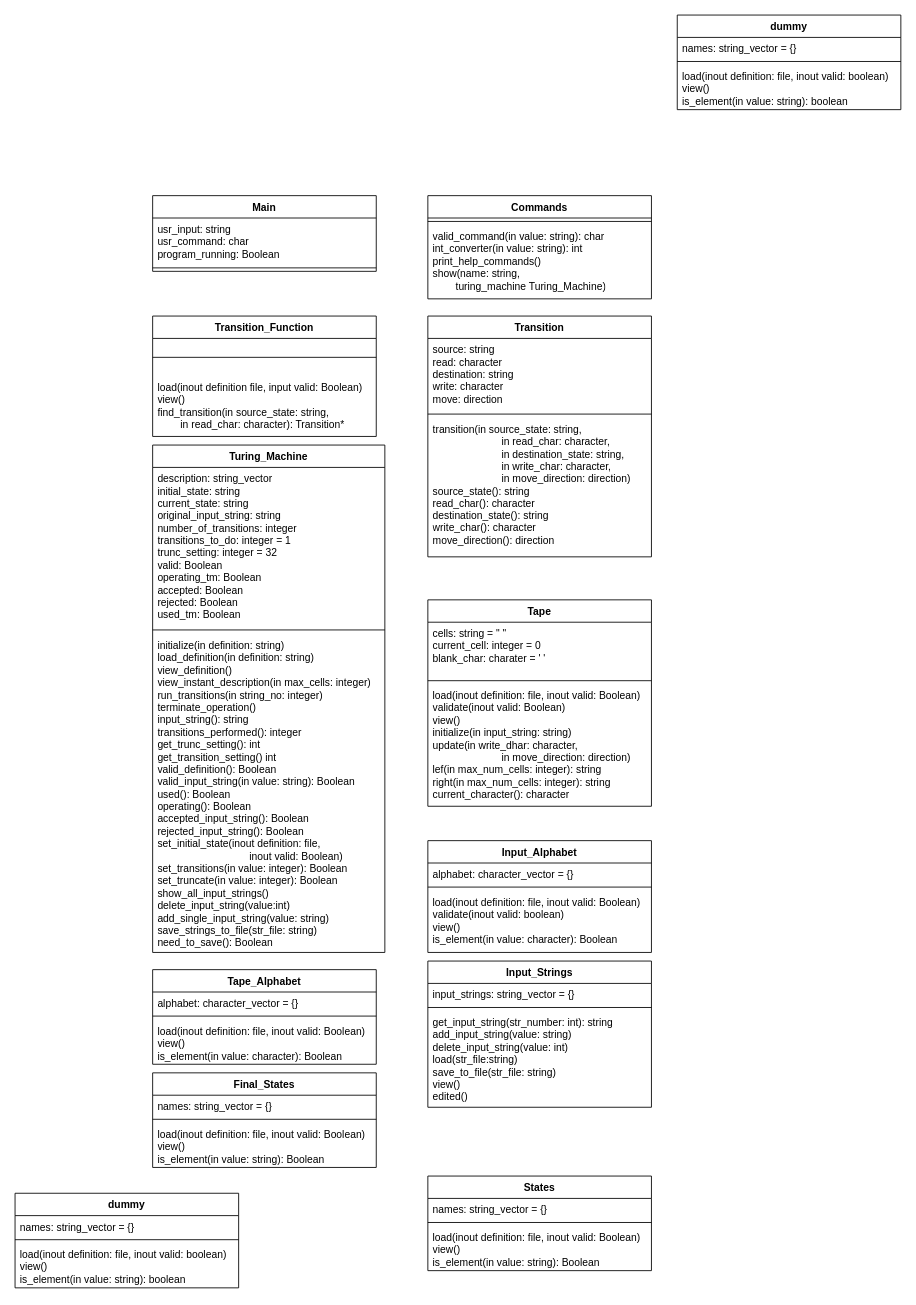
Before: TransitionFunction.drawio in IgorBCode/cv, a draw.io diagram. Source tidied: cells renumbered, new cells numbered last; positions are measured from the earlier drawing's top-left corner, leaving out a move shared by most shapes. Both pictures are drawn from the tidied source at 86%, with x=0, y=0 at pixel (15, 15).
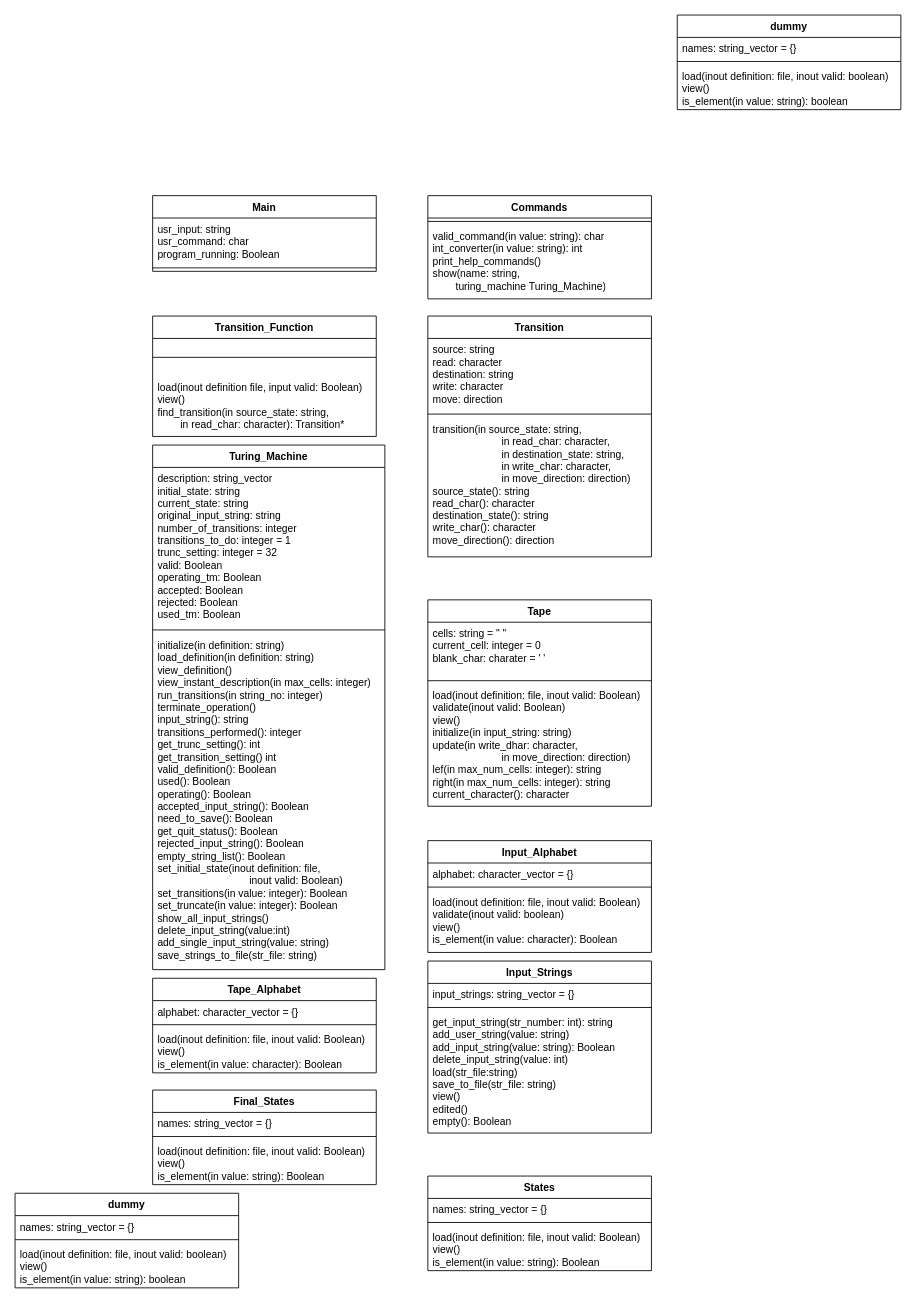
The same page after the edit.

The edit, as a diff of the source:
```diff
@@
     <mxCell id="9" value="Turing_Machine" style="swimlane;fontStyle=1;align=center;verticalAlign=top;horizontal=1;startSize=26;whiteSpace=wrap;html=1;" parent="1" vertex="1">
-      <mxGeometry x="160" y="500" width="270" height="590" as="geometry" />
+      <mxGeometry x="160" y="500" width="270" height="610" as="geometry" />
     </mxCell>
@@
-    <mxCell id="12" value="&lt;div&gt;initialize(in definition: string)&lt;br&gt;&lt;/div&gt;&lt;div&gt;load_definition(in definition: string)&lt;/div&gt;&lt;div&gt;view_definition()&lt;/div&gt;&lt;div&gt;view_instant_description(in max_cells: integer)&lt;/div&gt;&lt;div&gt;run_transitions(in string_no: integer)&lt;/div&gt;&lt;div&gt;terminate_operation()&lt;/div&gt;&lt;div&gt;input_string(): string&lt;/div&gt;&lt;div&gt;transitions_performed(): integer&lt;/div&gt;&lt;div&gt;get_trunc_setting(): int&lt;/div&gt;&lt;div&gt;get_transition_setting() int&lt;br&gt;&lt;/div&gt;&lt;div&gt;valid_definition(): Boolean&lt;/div&gt;&lt;div&gt;valid_input_string(in value: string): Boolean&lt;/div&gt;&lt;div&gt;used(): Boolean&lt;/div&gt;&lt;div&gt;operating(): Boolean&lt;/div&gt;&lt;div&gt;accepted_input_string(): Boolean&lt;/div&gt;&lt;div&gt;rejected_input_string(): Boolean&lt;/div&gt;&lt;div&gt;set_initial_state(inout definition: file,&amp;nbsp;&lt;/div&gt;&lt;div&gt;&lt;span style=&quot;white-space: pre;&quot;&gt;&#9;&lt;/span&gt;&lt;span style=&quot;white-space: pre;&quot;&gt;&#9;&lt;/span&gt;&lt;span style=&quot;white-space: pre;&quot;&gt;&#9;&lt;/span&gt;&lt;span style=&quot;white-space: pre;&quot;&gt;&#9;&lt;/span&gt;inout valid: Boolean)&lt;br&gt;&lt;/div&gt;&lt;div&gt;set_transitions(in value: integer): Boolean&lt;/div&gt;&lt;div&gt;set_truncate(in value: integer): Boolean&lt;/div&gt;&lt;div&gt;show_all_input_strings()&lt;/div&gt;&lt;div&gt;delete_input_string(value:int)&lt;/div&gt;&lt;div&gt;add_single_input_string(value: string)&lt;/div&gt;&lt;div&gt;save_strings_to_file(str_file: string)&lt;/div&gt;&lt;div&gt;need_to_save(): Boolean&lt;br&gt;&lt;/div&gt;" style="text;strokeColor=none;fillColor=none;align=left;verticalAlign=top;spacingLeft=4;spacingRight=4;overflow=hidden;whiteSpace=wrap;html=1;" parent="9" vertex="1">
-      <mxGeometry y="220" width="270" height="370" as="geometry" />
+    <mxCell id="12" value="&lt;div&gt;initialize(in definition: string)&lt;br&gt;&lt;/div&gt;&lt;div&gt;load_definition(in definition: string)&lt;/div&gt;&lt;div&gt;view_definition()&lt;/div&gt;&lt;div&gt;view_instant_description(in max_cells: integer)&lt;/div&gt;&lt;div&gt;run_transitions(in string_no: integer)&lt;/div&gt;&lt;div&gt;terminate_operation()&lt;/div&gt;&lt;div&gt;input_string(): string&lt;/div&gt;&lt;div&gt;transitions_performed(): integer&lt;/div&gt;&lt;div&gt;get_trunc_setting(): int&lt;/div&gt;&lt;div&gt;get_transition_setting() int&lt;br&gt;&lt;/div&gt;&lt;div&gt;valid_definition(): Boolean&lt;/div&gt;&lt;div&gt;used(): Boolean&lt;/div&gt;&lt;div&gt;operating(): Boolean&lt;/div&gt;&lt;div&gt;accepted_input_string(): Boolean&lt;/div&gt;&lt;div&gt;need_to_save(): Boolean&lt;/div&gt;&lt;div&gt;get_quit_status(): Boolean&lt;br&gt;&lt;/div&gt;&lt;div&gt;rejected_input_string(): Boolean&lt;/div&gt;&lt;div&gt;empty_string_list(): Boolean&lt;br&gt;&lt;/div&gt;&lt;div&gt;set_initial_state(inout definition: file,&amp;nbsp;&lt;/div&gt;&lt;div&gt;&lt;span style=&quot;white-space: pre;&quot;&gt;&#9;&lt;/span&gt;&lt;span style=&quot;white-space: pre;&quot;&gt;&#9;&lt;/span&gt;&lt;span style=&quot;white-space: pre;&quot;&gt;&#9;&lt;/span&gt;&lt;span style=&quot;white-space: pre;&quot;&gt;&#9;&lt;/span&gt;inout valid: Boolean)&lt;br&gt;&lt;/div&gt;&lt;div&gt;set_transitions(in value: integer): Boolean&lt;/div&gt;&lt;div&gt;set_truncate(in value: integer): Boolean&lt;/div&gt;&lt;div&gt;show_all_input_strings()&lt;/div&gt;&lt;div&gt;delete_input_string(value:int)&lt;/div&gt;&lt;div&gt;add_single_input_string(value: string)&lt;/div&gt;&lt;div&gt;save_strings_to_file(str_file: string)&lt;/div&gt;&lt;div&gt;&lt;br&gt;&lt;/div&gt;" style="text;strokeColor=none;fillColor=none;align=left;verticalAlign=top;spacingLeft=4;spacingRight=4;overflow=hidden;whiteSpace=wrap;html=1;" parent="9" vertex="1">
+      <mxGeometry y="220" width="270" height="390" as="geometry" />
     </mxCell>
@@
     <mxCell id="21" value="Tape_Alphabet" style="swimlane;fontStyle=1;align=center;verticalAlign=top;horizontal=1;startSize=26;whiteSpace=wrap;html=1;" parent="1" vertex="1">
-      <mxGeometry x="160" y="1110" width="260" height="110" as="geometry" />
+      <mxGeometry x="160" y="1120" width="260" height="110" as="geometry" />
     </mxCell>
@@
     <mxCell id="29" value="Final_States" style="swimlane;fontStyle=1;align=center;verticalAlign=top;horizontal=1;startSize=26;whiteSpace=wrap;html=1;" parent="1" vertex="1">
-      <mxGeometry x="160" y="1230" width="260" height="110" as="geometry" />
+      <mxGeometry x="160" y="1250" width="260" height="110" as="geometry" />
     </mxCell>
@@
     <mxCell id="47" value="Input_Strings" style="swimlane;fontStyle=1;align=center;verticalAlign=top;horizontal=1;startSize=26;whiteSpace=wrap;html=1;" parent="1" vertex="1">
-      <mxGeometry x="480" y="1100" width="260" height="170" as="geometry" />
+      <mxGeometry x="480" y="1100" width="260" height="200" as="geometry" />
     </mxCell>
@@
-    <mxCell id="50" value="&lt;div&gt;get_input_string(str_number: int): string&lt;/div&gt;&lt;div&gt;add_input_string(value: string)&lt;/div&gt;&lt;div&gt;delete_input_string(value: int)&lt;/div&gt;&lt;div&gt;load(str_file:string)&lt;/div&gt;&lt;div&gt;save_to_file(str_file: string)&lt;/div&gt;&lt;div&gt;view()&lt;/div&gt;&lt;div&gt;edited()&lt;br&gt;&lt;/div&gt;" style="text;strokeColor=none;fillColor=none;align=left;verticalAlign=top;spacingLeft=4;spacingRight=4;overflow=hidden;whiteSpace=wrap;html=1;" parent="47" vertex="1">
-      <mxGeometry y="58" width="260" height="112" as="geometry" />
+    <mxCell id="50" value="&lt;div&gt;get_input_string(str_number: int): string&lt;/div&gt;&lt;div&gt;add_user_string(value: string)&lt;br&gt;&lt;/div&gt;&lt;div&gt;add_input_string(value: string): Boolean&lt;br&gt;&lt;/div&gt;&lt;div&gt;delete_input_string(value: int)&lt;/div&gt;&lt;div&gt;load(str_file:string)&lt;/div&gt;&lt;div&gt;save_to_file(str_file: string)&lt;/div&gt;&lt;div&gt;view()&lt;/div&gt;&lt;div&gt;edited()&lt;/div&gt;&lt;div&gt;empty(): Boolean&lt;br&gt;&lt;/div&gt;" style="text;strokeColor=none;fillColor=none;align=left;verticalAlign=top;spacingLeft=4;spacingRight=4;overflow=hidden;whiteSpace=wrap;html=1;" parent="47" vertex="1">
+      <mxGeometry y="58" width="260" height="142" as="geometry" />
     </mxCell>
```
